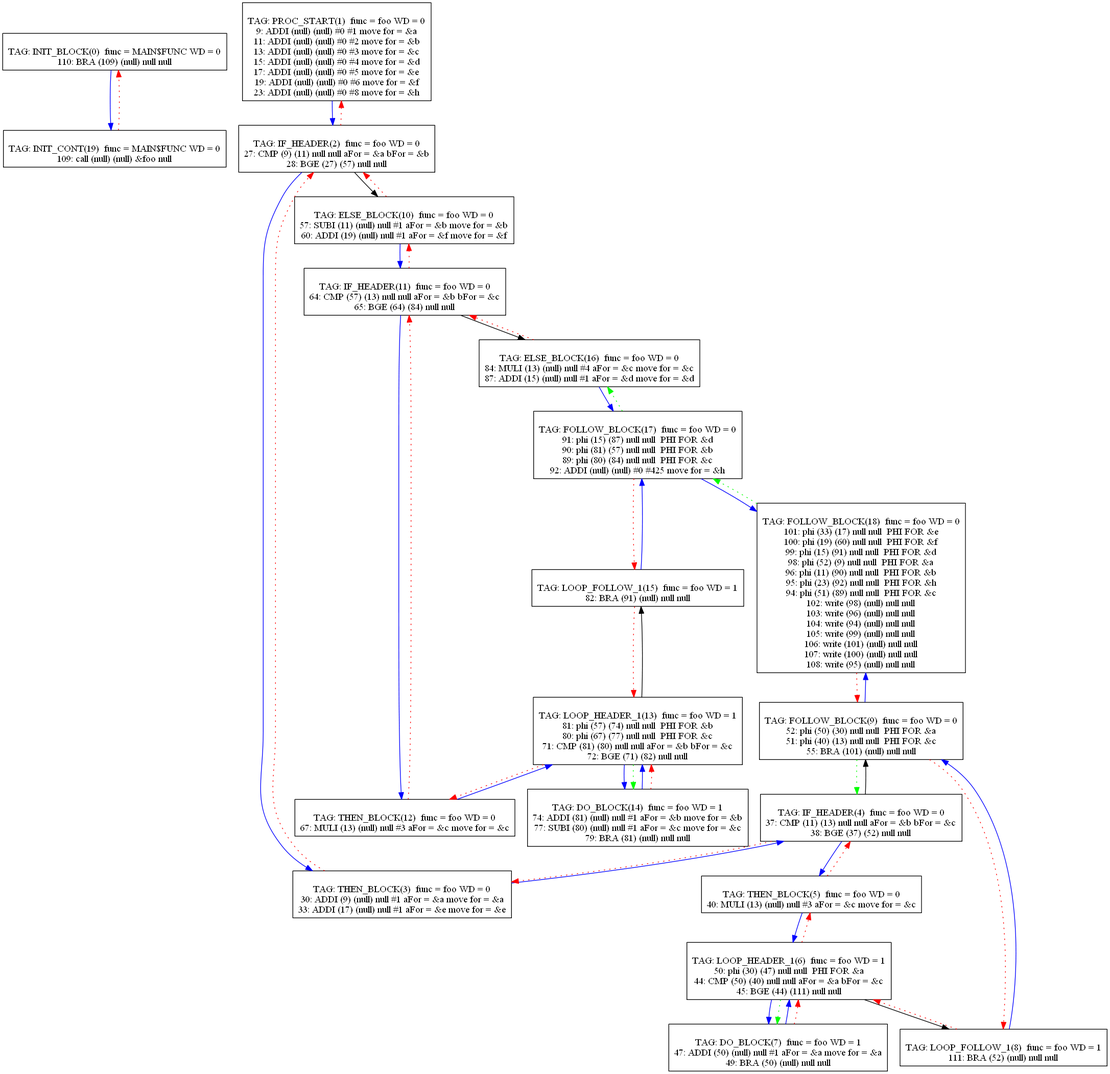
Earlier version of the Graphviz export Compiler/13graph.png (mbajaj92/Project-Astoria). Its source is kept beside it as Compiler/13graph.dot.
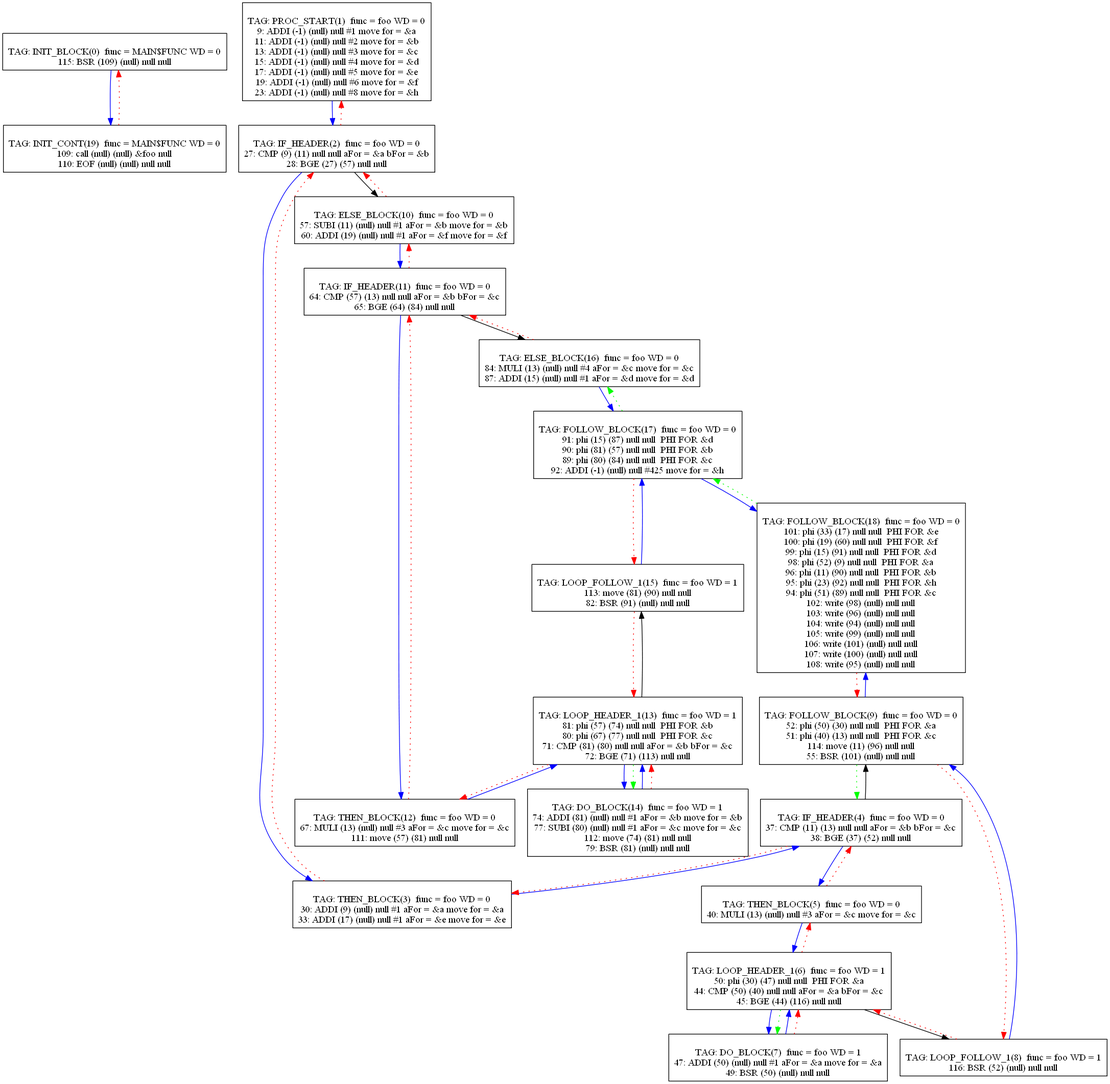
After the change.

Diff of the diagram source:
```diff
@@ -1,19 +1,19 @@
 digraph {
 0[label="
 TAG: INIT_BLOCK(0)  func = MAIN$FUNC WD = 0
-110: BRA (109) (null) null null
+115: BSR (109) (null) null null
 "];
 0[shape=box];
 0 -> 19[color=blue]
 1[label="
 TAG: PROC_START(1)  func = foo WD = 0
-9: ADDI (null) (null) #0 #1 move for = &a
-11: ADDI (null) (null) #0 #2 move for = &b
-13: ADDI (null) (null) #0 #3 move for = &c
-15: ADDI (null) (null) #0 #4 move for = &d
-17: ADDI (null) (null) #0 #5 move for = &e
-19: ADDI (null) (null) #0 #6 move for = &f
-23: ADDI (null) (null) #0 #8 move for = &h
+9: ADDI (-1) (null) null #1 move for = &a
+11: ADDI (-1) (null) null #2 move for = &b
+13: ADDI (-1) (null) null #3 move for = &c
+15: ADDI (-1) (null) null #4 move for = &d
+17: ADDI (-1) (null) null #5 move for = &e
+19: ADDI (-1) (null) null #6 move for = &f
+23: ADDI (-1) (null) null #8 move for = &h
 "];
 1[shape=box];
 1 -> 2[color=blue]
@@ -54,7 +54,7 @@
 TAG: LOOP_HEADER_1(6)  func = foo WD = 1
 50: phi (30) (47) null null  PHI FOR &a
 44: CMP (50) (40) null null aFor = &a bFor = &c
-45: BGE (44) (111) null null
+45: BGE (44) (116) null null
 "];
 6[shape=box];
 6 -> 7[color=blue]
@@ -64,14 +64,14 @@
 7[label="
 TAG: DO_BLOCK(7)  func = foo WD = 1
 47: ADDI (50) (null) null #1 aFor = &a move for = &a
-49: BRA (50) (null) null null
+49: BSR (50) (null) null null
 "];
 7[shape=box];
 7 -> 6[color=blue]
 7 -> 6[color=red][style=dotted]
 8[label="
 TAG: LOOP_FOLLOW_1(8)  func = foo WD = 1
-111: BRA (52) (null) null null
+116: BSR (52) (null) null null
 "];
 8[shape=box];
 8 -> 9[color=blue]
@@ -80,7 +80,8 @@
 TAG: FOLLOW_BLOCK(9)  func = foo WD = 0
 52: phi (50) (30) null null  PHI FOR &a
 51: phi (40) (13) null null  PHI FOR &c
-55: BRA (101) (null) null null
+114: move (11) (96) null null
+55: BSR (101) (null) null null
 "];
 9[shape=box];
 9 -> 18[color=blue]
@@ -106,6 +107,7 @@
 12[label="
 TAG: THEN_BLOCK(12)  func = foo WD = 0
 67: MULI (13) (null) null #3 aFor = &c move for = &c
+111: move (57) (81) null null
 "];
 12[shape=box];
 12 -> 13[color=blue]
@@ -115,7 +117,7 @@
 81: phi (57) (74) null null  PHI FOR &b
 80: phi (67) (77) null null  PHI FOR &c
 71: CMP (81) (80) null null aFor = &b bFor = &c
-72: BGE (71) (82) null null
+72: BGE (71) (113) null null
 "];
 13[shape=box];
 13 -> 14[color=blue]
@@ -126,14 +128,16 @@
 TAG: DO_BLOCK(14)  func = foo WD = 1
 74: ADDI (81) (null) null #1 aFor = &b move for = &b
 77: SUBI (80) (null) null #1 aFor = &c move for = &c
-79: BRA (81) (null) null null
+112: move (74) (81) null null
+79: BSR (81) (null) null null
 "];
 14[shape=box];
 14 -> 13[color=blue]
 14 -> 13[color=red][style=dotted]
 15[label="
 TAG: LOOP_FOLLOW_1(15)  func = foo WD = 1
-82: BRA (91) (null) null null
+113: move (81) (90) null null
+82: BSR (91) (null) null null
 "];
 15[shape=box];
 15 -> 17[color=blue]
@@ -151,7 +155,7 @@
 91: phi (15) (87) null null  PHI FOR &d
 90: phi (81) (57) null null  PHI FOR &b
 89: phi (80) (84) null null  PHI FOR &c
-92: ADDI (null) (null) #0 #425 move for = &h
+92: ADDI (-1) (null) null #425 move for = &h
 "];
 17[shape=box];
 17 -> 18[color=blue]
@@ -180,6 +184,7 @@
 19[label="
 TAG: INIT_CONT(19)  func = MAIN$FUNC WD = 0
 109: call (null) (null) &foo null
+110: EOF (null) (null) null null
 "];
 19[shape=box];
 19 -> 0[color=red][style=dotted]
```
